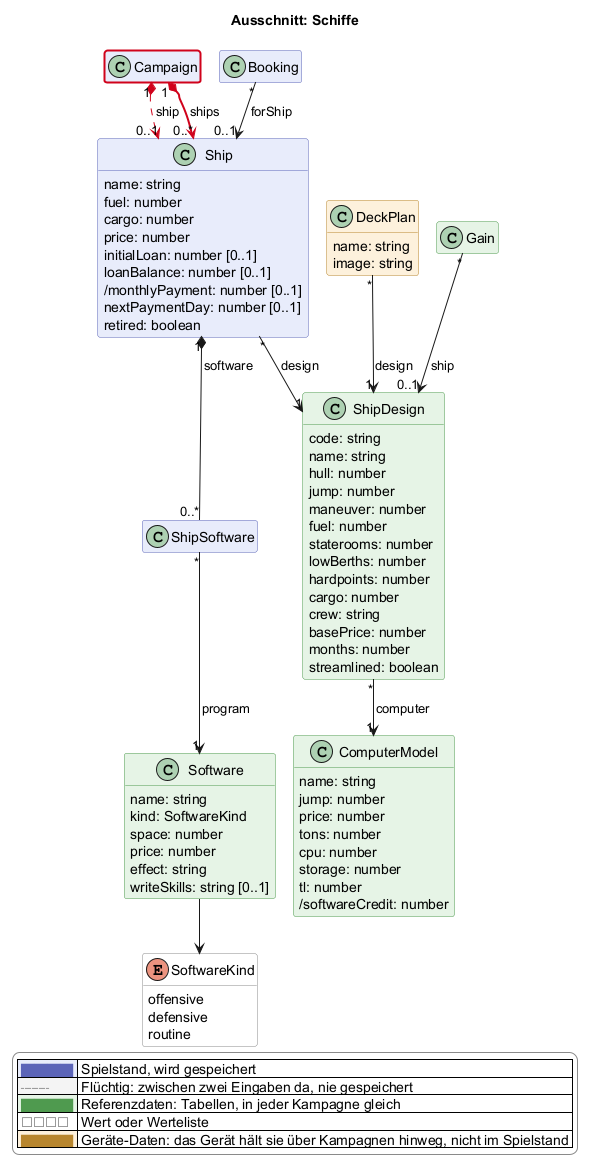
scuzzar/SRE keeps this PlantUML diagram as docs/views/schiffe.png. Above is the earlier version.
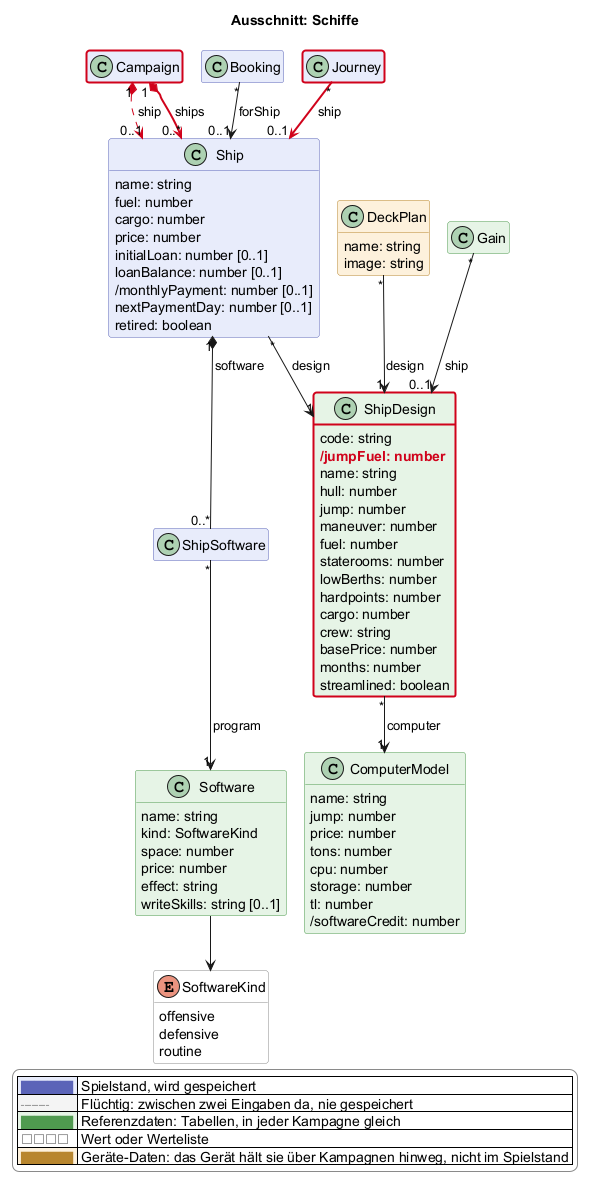
The same diagram one commit later.

Change to the diagram source:
```diff
@@ -87,6 +87,7 @@
   }
   class ShipDesign <<reference>> $schiffe {
     code: string
+    $new("2026-11-16d", "/jumpFuel: number")
     name: string
     hull: number
     jump: number
@@ -132,6 +133,7 @@
 
 
 
+  class Journey $reise
 
 
   class Gain <<reference>> $erschaffung
@@ -148,6 +150,7 @@
 Gain "*" --> "0..1" ShipDesign : ship
 DeckPlan "*" --> "1" ShipDesign : design
 
+Journey "*" -$newArrow("2026-11-16d")-> "0..1" Ship : ship
 
 
 
@@ -168,4 +171,6 @@
   |<#fdf1dc> <color:#b8862e>████</color> | Geräte-Daten: das Gerät hält sie über Kampagnen hinweg, nicht im Spielstand |
 endlegend
 class Campaign #line:d0021b;line.bold
+class ShipDesign #line:d0021b;line.bold
+class Journey #line:d0021b;line.bold
 @enduml
```
